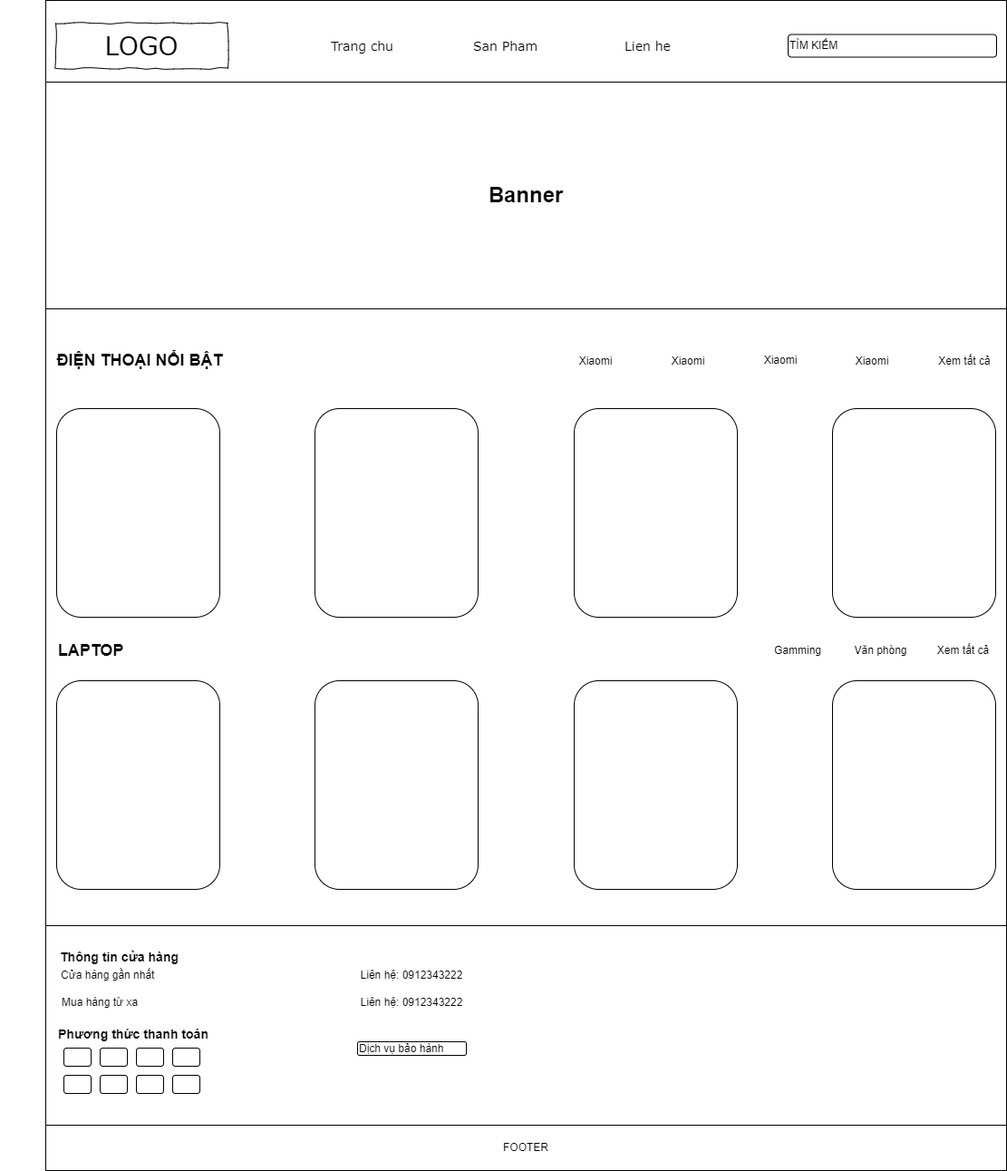
Earlier version of the draw.io export img/Trang chu.png (NguyenHocPH36330/Web106_HocNC). Source tidied: cells renumbered, new cells last; positions are measured from the earlier drawing's top-left corner, leaving out a move shared by most shapes.
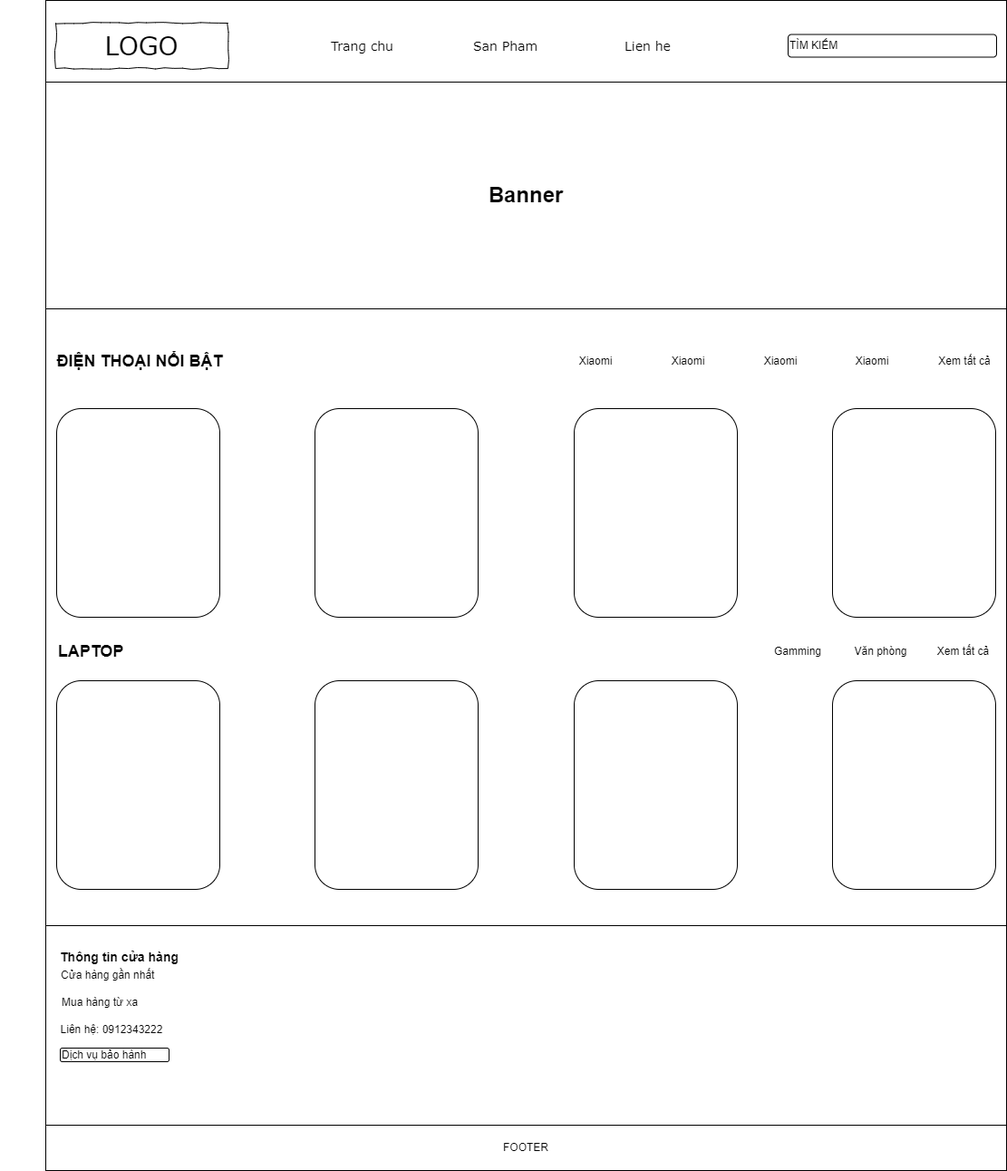
After the change.

Change to the diagram source:
```diff
@@ -47,33 +47,6 @@
     <mxCell id="16" value="&lt;h3&gt;Thông tin cửa hàng&lt;/h3&gt;" style="text;html=1;strokeColor=none;fillColor=none;align=left;verticalAlign=middle;whiteSpace=wrap;rounded=0;" parent="1" vertex="1">
       <mxGeometry x="64" y="1040" width="140" height="30" as="geometry" />
     </mxCell>
-    <mxCell id="17" value="&lt;h3&gt;Phương thức thanh toán&lt;/h3&gt;" style="text;html=1;strokeColor=none;fillColor=none;align=center;verticalAlign=middle;whiteSpace=wrap;rounded=0;" parent="1" vertex="1">
-      <mxGeometry x="62" y="1125" width="170" height="30" as="geometry" />
-    </mxCell>
-    <mxCell id="18" style="rounded=1;whiteSpace=wrap;html=1;" parent="1" vertex="1">
-      <mxGeometry x="70" y="1155" width="30" height="20" as="geometry" />
-    </mxCell>
-    <mxCell id="19" style="rounded=1;whiteSpace=wrap;html=1;" parent="1" vertex="1">
-      <mxGeometry x="110" y="1155" width="30" height="20" as="geometry" />
-    </mxCell>
-    <mxCell id="20" style="rounded=1;whiteSpace=wrap;html=1;" parent="1" vertex="1">
-      <mxGeometry x="150" y="1155" width="30" height="20" as="geometry" />
-    </mxCell>
-    <mxCell id="21" style="rounded=1;whiteSpace=wrap;html=1;" parent="1" vertex="1">
-      <mxGeometry x="190" y="1155" width="30" height="20" as="geometry" />
-    </mxCell>
-    <mxCell id="22" style="rounded=1;whiteSpace=wrap;html=1;" parent="1" vertex="1">
-      <mxGeometry x="70" y="1185" width="30" height="20" as="geometry" />
-    </mxCell>
-    <mxCell id="23" style="rounded=1;whiteSpace=wrap;html=1;" parent="1" vertex="1">
-      <mxGeometry x="110" y="1185" width="30" height="20" as="geometry" />
-    </mxCell>
-    <mxCell id="24" style="rounded=1;whiteSpace=wrap;html=1;" parent="1" vertex="1">
-      <mxGeometry x="150" y="1185" width="30" height="20" as="geometry" />
-    </mxCell>
-    <mxCell id="25" style="rounded=1;whiteSpace=wrap;html=1;" parent="1" vertex="1">
-      <mxGeometry x="190" y="1185" width="30" height="20" as="geometry" />
-    </mxCell>
     <mxCell id="26" value="FOOTER" style="rounded=0;whiteSpace=wrap;html=1;" parent="1" vertex="1">
       <mxGeometry x="50" y="1240" width="1060" height="50" as="geometry" />
     </mxCell>
@@ -126,13 +99,10 @@
       <mxGeometry x="1024" y="702.5" width="77" height="30" as="geometry" />
     </mxCell>
     <mxCell id="43" value="Liên hệ: 0912343222" style="text;html=1;strokeColor=none;fillColor=none;align=center;verticalAlign=middle;whiteSpace=wrap;rounded=0;" parent="1" vertex="1">
-      <mxGeometry x="388" y="1060" width="132" height="30" as="geometry" />
+      <mxGeometry x="57" y="1120" width="132" height="30" as="geometry" />
     </mxCell>
-    <mxCell id="44" value="Liên hệ: 0912343222" style="text;html=1;strokeColor=none;fillColor=none;align=center;verticalAlign=middle;whiteSpace=wrap;rounded=0;" parent="1" vertex="1">
-      <mxGeometry x="388" y="1090" width="132" height="30" as="geometry" />
-    </mxCell>
     <mxCell id="45" value="Dịch vụ bảo hành" style="rounded=1;whiteSpace=wrap;html=1;align=left;" parent="1" vertex="1">
-      <mxGeometry x="394" y="1148" width="120" height="15" as="geometry" />
+      <mxGeometry x="66" y="1155" width="120" height="15" as="geometry" />
     </mxCell>
   </root>
 </mxGraphModel>
```
